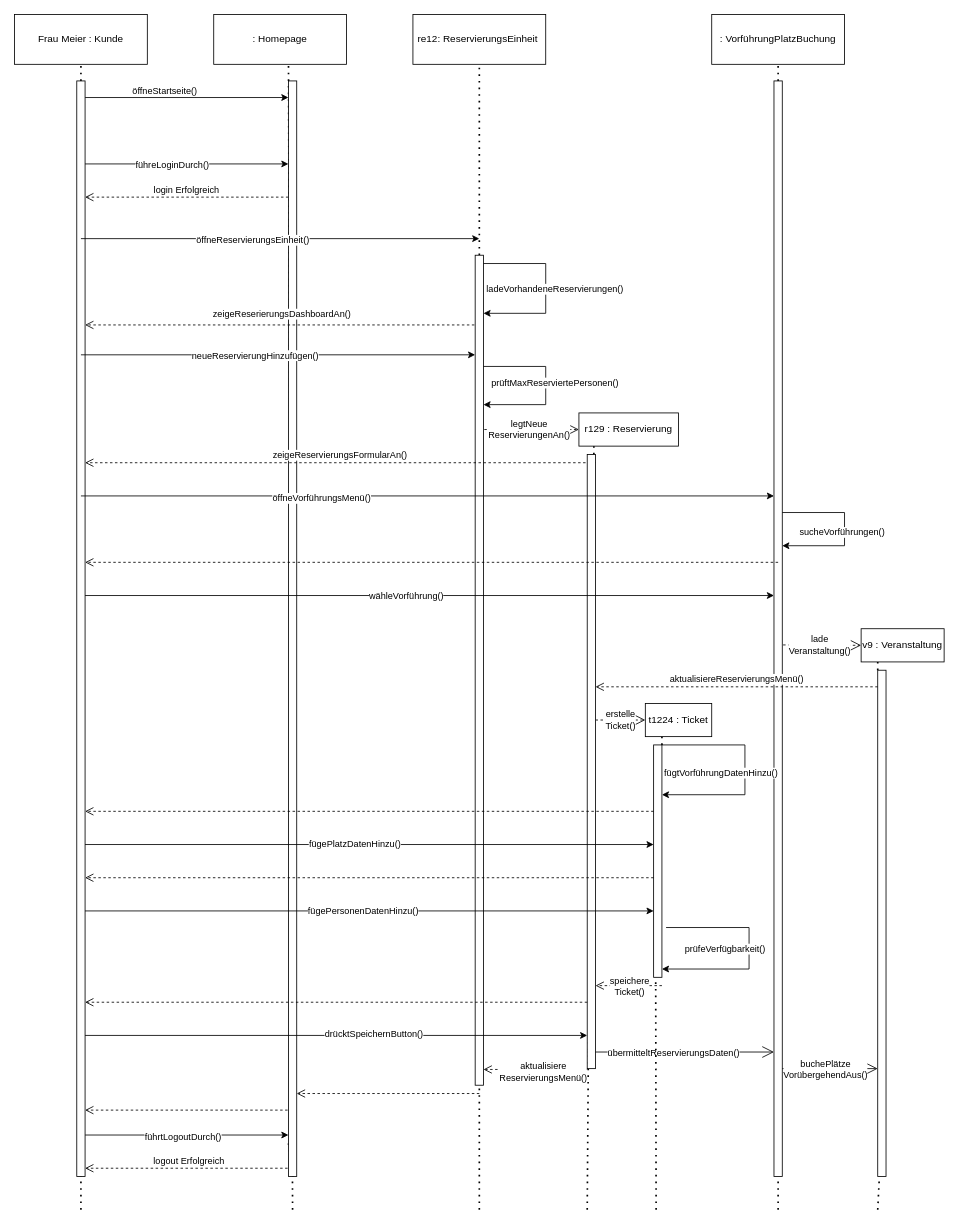
Above: src/main/asciidoc/models/analysis/Sequenz/sequenz_reservieren.drawio in Leonard0108/Anwendungsprogrammierung (draw.io), before the change. Source tidied: cells renumbered, new cells numbered last; positions are measured from the earlier drawing's top-left corner, leaving out a move shared by most shapes. Both pictures are drawn from the tidied source at 83%, with x=0, y=0 at pixel (14, 14).
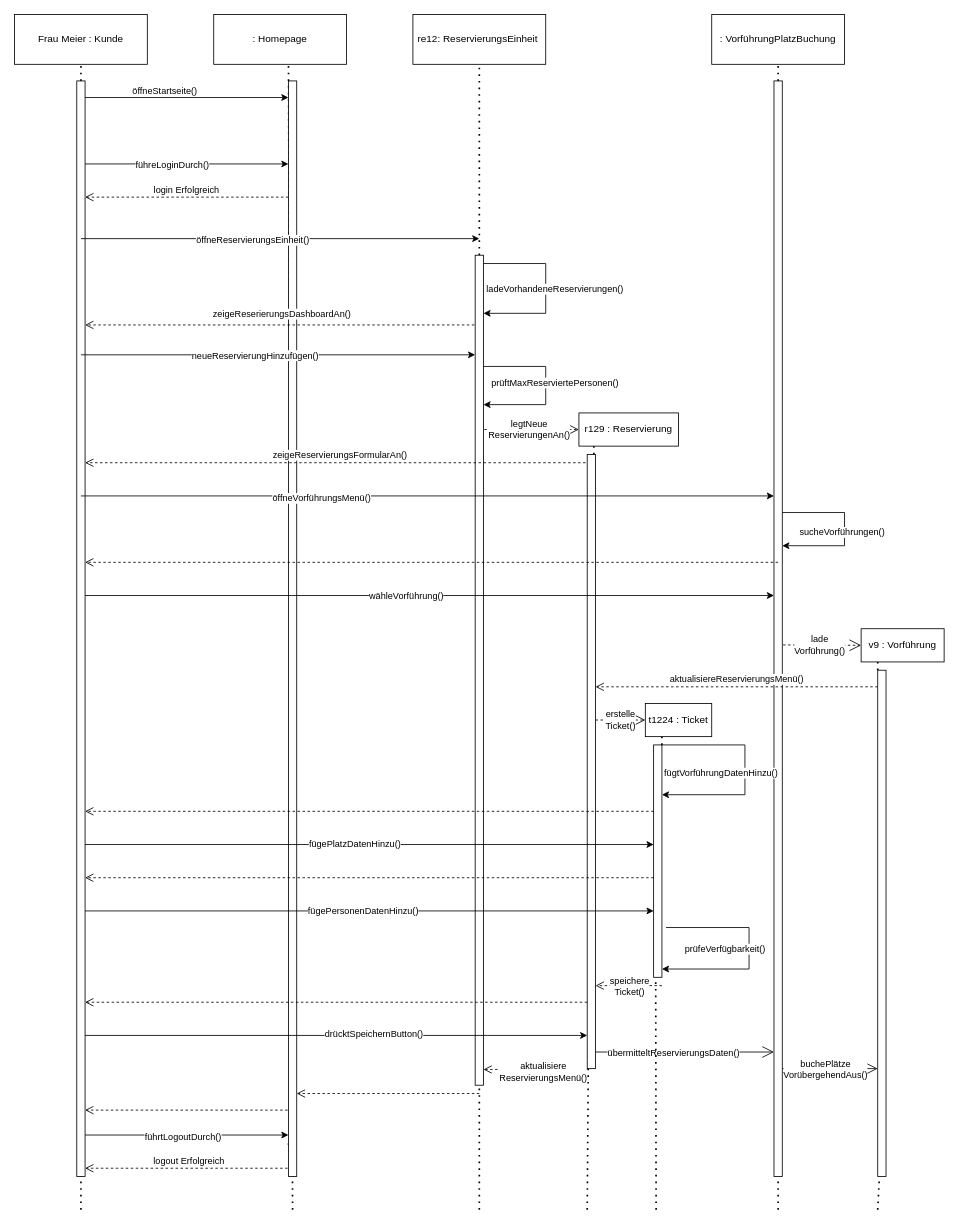
The same diagram, later.

Commit message (it also covers changes not shown here):
leichte Korrekturen an den Sequenzdiagrammen

Diff of the diagram source:
```diff
@@
-    <mxCell id="24" value="v9 : Veranstaltung" style="rounded=0;whiteSpace=wrap;html=1;" parent="1" vertex="1">
+    <mxCell id="24" value="v9 : Vorführung" style="rounded=0;whiteSpace=wrap;html=1;" parent="1" vertex="1">
       <mxGeometry x="1020" y="740" width="100" height="40" as="geometry" />
     </mxCell>
-    <mxCell id="25" value="&lt;div&gt;lade&lt;/div&gt;&lt;div&gt;Veranstaltung()&lt;/div&gt;" style="endArrow=open;endSize=12;dashed=1;html=1;rounded=0;entryX=0;entryY=0.5;entryDx=0;entryDy=0;" parent="1" edge="1" target="24">
+    <mxCell id="25" value="&lt;div&gt;lade&lt;/div&gt;&lt;div&gt;Vorführung()&lt;/div&gt;" style="endArrow=open;endSize=12;dashed=1;html=1;rounded=0;entryX=0;entryY=0.5;entryDx=0;entryDy=0;" parent="1" edge="1" target="24">
       <mxGeometry relative="1" as="geometry">
         <mxPoint x="920" y="759.5" as="sourcePoint" />
       </mxGeometry>
     </mxCell>
```
